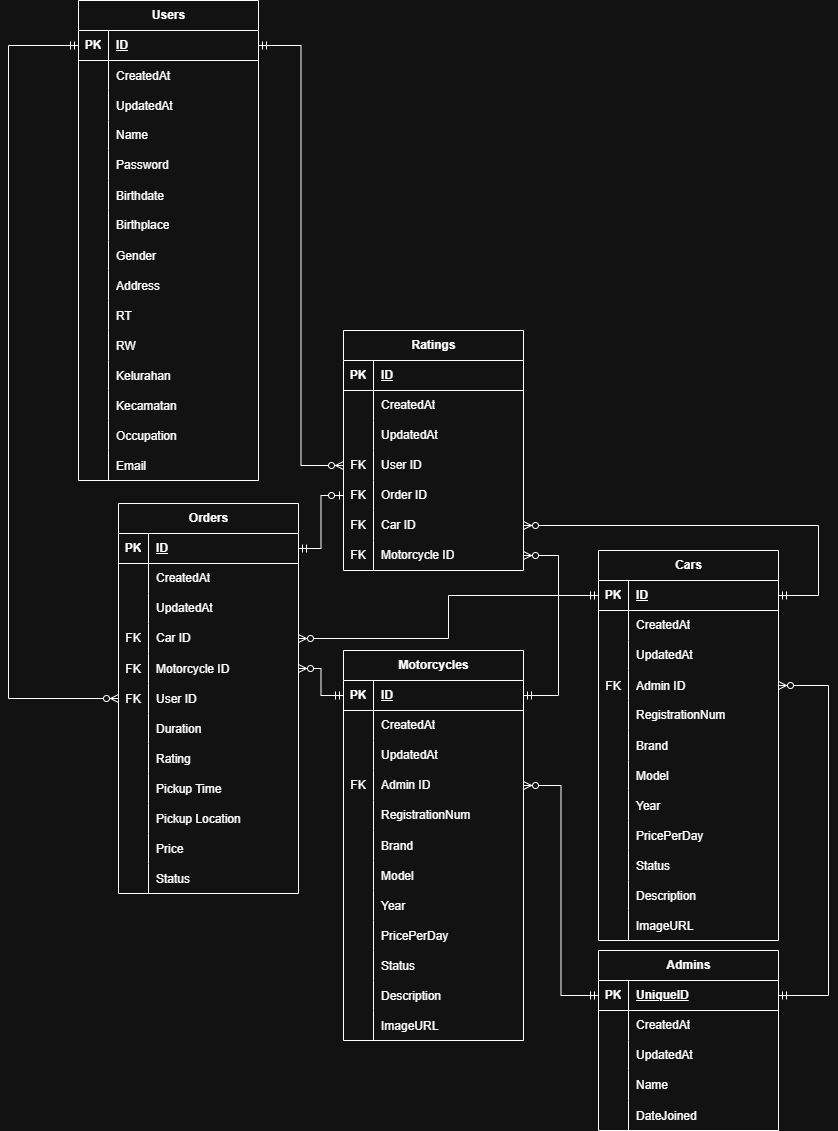
Above: Setor-Mobil-Backend-ERD.png in PeterAjaaa/setor_mobil_backend (draw.io), before the change. Source tidied: cells renumbered, new cells last; positions are measured from the earlier drawing's top-left corner, leaving out a move shared by most shapes.
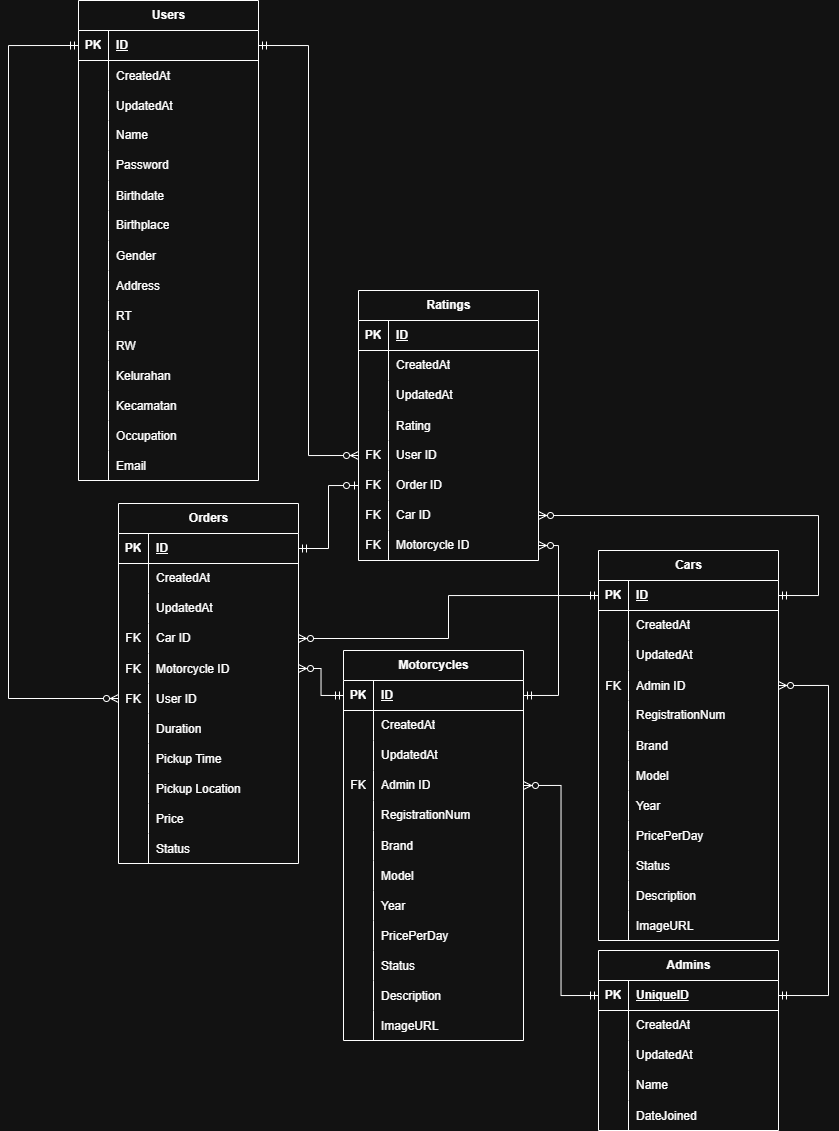
After the change.

Commit message:
Update the backend ERD, move rating from Orders table to Ratings table

Change to the diagram source:
```diff
@@ -252,7 +252,7 @@
       <mxGeometry x="30" width="150" height="30" as="geometry" />
     </mxCell>
     <mxCell id="85" value="Orders" style="shape=table;startSize=30;rowLines=0;fontStyle=1;align=center;html=1;rounded=0;labelBackgroundColor=none;" parent="1" vertex="1">
-      <mxGeometry x="110" y="503" width="180" height="390" as="geometry" />
+      <mxGeometry x="110" y="503" width="180" height="360" as="geometry" />
     </mxCell>
     <mxCell id="86" style="shape=tableRow;horizontal=0;startSize=0;swimlaneHead=0;swimlaneBody=0;fillColor=none;points=[[0,0.5],[1,0.5]];portConstraint=eastwest;top=0;left=0;right=0;bottom=1;rounded=0;labelBackgroundColor=none;" parent="85" vertex="1">
       <mxGeometry y="30" width="180" height="30" as="geometry" />
@@ -317,17 +317,8 @@
     <mxCell id="106" value="Duration" style="shape=partialRectangle;fillColor=none;top=0;left=0;bottom=0;right=0;align=left;spacingLeft=6;overflow=hidden;rounded=0;labelBackgroundColor=none;" parent="104" vertex="1">
       <mxGeometry x="30" width="150" height="30" as="geometry" />
     </mxCell>
-    <mxCell id="107" style="shape=tableRow;horizontal=0;startSize=0;swimlaneHead=0;swimlaneBody=0;fillColor=none;top=0;left=0;right=0;bottom=0;rounded=0;labelBackgroundColor=none;" parent="85" vertex="1">
-      <mxGeometry y="240" width="180" height="30" as="geometry" />
-    </mxCell>
-    <mxCell id="108" style="shape=partialRectangle;fillColor=none;top=0;left=0;bottom=0;right=0;overflow=hidden;rounded=0;labelBackgroundColor=none;" parent="107" vertex="1">
-      <mxGeometry width="30" height="30" as="geometry" />
-    </mxCell>
-    <mxCell id="109" value="Rating" style="shape=partialRectangle;fillColor=none;top=0;left=0;bottom=0;right=0;align=left;spacingLeft=6;overflow=hidden;rounded=0;labelBackgroundColor=none;" parent="107" vertex="1">
-      <mxGeometry x="30" width="150" height="30" as="geometry" />
-    </mxCell>
     <mxCell id="110" style="shape=tableRow;horizontal=0;startSize=0;swimlaneHead=0;swimlaneBody=0;fillColor=none;top=0;left=0;right=0;bottom=0;" parent="85" vertex="1">
-      <mxGeometry y="270" width="180" height="30" as="geometry" />
+      <mxGeometry y="240" width="180" height="30" as="geometry" />
     </mxCell>
     <mxCell id="111" style="shape=partialRectangle;fillColor=none;top=0;left=0;bottom=0;right=0;overflow=hidden;" parent="110" vertex="1">
       <mxGeometry width="30" height="30" as="geometry" />
@@ -336,7 +327,7 @@
       <mxGeometry x="30" width="150" height="30" as="geometry" />
     </mxCell>
     <mxCell id="113" style="shape=tableRow;horizontal=0;startSize=0;swimlaneHead=0;swimlaneBody=0;fillColor=none;top=0;left=0;right=0;bottom=0;" parent="85" vertex="1">
-      <mxGeometry y="300" width="180" height="30" as="geometry" />
+      <mxGeometry y="270" width="180" height="30" as="geometry" />
     </mxCell>
     <mxCell id="114" style="shape=partialRectangle;fillColor=none;top=0;left=0;bottom=0;right=0;overflow=hidden;" parent="113" vertex="1">
       <mxGeometry width="30" height="30" as="geometry" />
@@ -345,7 +336,7 @@
       <mxGeometry x="30" width="150" height="30" as="geometry" />
     </mxCell>
     <mxCell id="116" style="shape=tableRow;horizontal=0;startSize=0;swimlaneHead=0;swimlaneBody=0;fillColor=none;top=0;left=0;right=0;bottom=0;" parent="85" vertex="1">
-      <mxGeometry y="330" width="180" height="30" as="geometry" />
+      <mxGeometry y="300" width="180" height="30" as="geometry" />
     </mxCell>
     <mxCell id="117" style="shape=partialRectangle;fillColor=none;top=0;left=0;bottom=0;right=0;overflow=hidden;" parent="116" vertex="1">
       <mxGeometry width="30" height="30" as="geometry" />
@@ -354,7 +345,7 @@
       <mxGeometry x="30" width="150" height="30" as="geometry" />
     </mxCell>
     <mxCell id="119" style="shape=tableRow;horizontal=0;startSize=0;swimlaneHead=0;swimlaneBody=0;fillColor=none;top=0;left=0;right=0;bottom=0;" parent="85" vertex="1">
-      <mxGeometry y="360" width="180" height="30" as="geometry" />
+      <mxGeometry y="330" width="180" height="30" as="geometry" />
     </mxCell>
     <mxCell id="120" style="shape=partialRectangle;fillColor=none;top=0;left=0;bottom=0;right=0;overflow=hidden;" parent="119" vertex="1">
       <mxGeometry width="30" height="30" as="geometry" />
@@ -363,7 +354,7 @@
       <mxGeometry x="30" width="150" height="30" as="geometry" />
     </mxCell>
     <mxCell id="122" value="Ratings" style="shape=table;startSize=30;rowLines=0;fontStyle=1;align=center;html=1;rounded=0;labelBackgroundColor=none;" parent="1" vertex="1">
-      <mxGeometry x="335" y="330" width="180" height="240" as="geometry" />
+      <mxGeometry x="350" y="290" width="180" height="270" as="geometry" />
     </mxCell>
     <mxCell id="123" style="shape=tableRow;horizontal=0;startSize=0;swimlaneHead=0;swimlaneBody=0;fillColor=none;top=0;left=0;right=0;bottom=1;rounded=0;labelBackgroundColor=none;" parent="122" vertex="1">
       <mxGeometry y="30" width="180" height="30" as="geometry" />
@@ -392,8 +383,17 @@
     <mxCell id="131" value="UpdatedAt" style="shape=partialRectangle;fillColor=none;top=0;left=0;bottom=0;right=0;align=left;spacingLeft=6;overflow=hidden;whiteSpace=wrap;html=1;rounded=0;labelBackgroundColor=none;" parent="129" vertex="1">
       <mxGeometry x="30" width="150" height="30" as="geometry" />
     </mxCell>
+    <mxCell id="206" style="shape=tableRow;horizontal=0;startSize=0;swimlaneHead=0;swimlaneBody=0;fillColor=none;top=0;left=0;right=0;bottom=0;" parent="122" vertex="1">
+      <mxGeometry y="120" width="180" height="30" as="geometry" />
+    </mxCell>
+    <mxCell id="207" style="shape=partialRectangle;fillColor=none;top=0;left=0;bottom=0;right=0;overflow=hidden;" parent="206" vertex="1">
+      <mxGeometry width="30" height="30" as="geometry" />
+    </mxCell>
+    <mxCell id="109" value="Rating" style="shape=partialRectangle;fillColor=none;top=0;left=0;bottom=0;right=0;align=left;spacingLeft=6;overflow=hidden;" parent="206" vertex="1">
+      <mxGeometry x="30" width="150" height="30" as="geometry" />
+    </mxCell>
     <mxCell id="132" style="shape=tableRow;horizontal=0;startSize=0;swimlaneHead=0;swimlaneBody=0;fillColor=none;points=[[0,0.5],[1,0.5]];portConstraint=eastwest;top=0;left=0;right=0;bottom=0;rounded=0;labelBackgroundColor=none;" parent="122" vertex="1">
-      <mxGeometry y="120" width="180" height="30" as="geometry" />
+      <mxGeometry y="150" width="180" height="30" as="geometry" />
     </mxCell>
     <mxCell id="133" value="FK" style="shape=partialRectangle;fillColor=none;top=0;left=0;bottom=0;right=0;fontStyle=0;overflow=hidden;whiteSpace=wrap;html=1;rounded=0;labelBackgroundColor=none;" parent="132" vertex="1">
       <mxGeometry width="30" height="30" as="geometry" />
@@ -402,7 +402,7 @@
       <mxGeometry x="30" width="150" height="30" as="geometry" />
     </mxCell>
     <mxCell id="135" style="shape=tableRow;horizontal=0;startSize=0;swimlaneHead=0;swimlaneBody=0;fillColor=none;points=[[0,0.5],[1,0.5]];portConstraint=eastwest;top=0;left=0;right=0;bottom=0;rounded=0;labelBackgroundColor=none;" parent="122" vertex="1">
-      <mxGeometry y="150" width="180" height="30" as="geometry" />
+      <mxGeometry y="180" width="180" height="30" as="geometry" />
     </mxCell>
     <mxCell id="136" value="FK" style="shape=partialRectangle;fillColor=none;top=0;left=0;bottom=0;right=0;overflow=hidden;whiteSpace=wrap;html=1;rounded=0;labelBackgroundColor=none;" parent="135" vertex="1">
       <mxGeometry width="30" height="30" as="geometry" />
@@ -411,7 +411,7 @@
       <mxGeometry x="30" width="150" height="30" as="geometry" />
     </mxCell>
     <mxCell id="138" style="shape=tableRow;horizontal=0;startSize=0;swimlaneHead=0;swimlaneBody=0;fillColor=none;points=[[0,0.5],[1,0.5]];portConstraint=eastwest;top=0;left=0;right=0;bottom=0;rounded=0;labelBackgroundColor=none;" parent="122" vertex="1">
-      <mxGeometry y="180" width="180" height="30" as="geometry" />
+      <mxGeometry y="210" width="180" height="30" as="geometry" />
     </mxCell>
     <mxCell id="139" value="FK" style="shape=partialRectangle;fillColor=none;top=0;left=0;bottom=0;right=0;fontStyle=0;overflow=hidden;whiteSpace=wrap;html=1;rounded=0;labelBackgroundColor=none;" parent="138" vertex="1">
       <mxGeometry width="30" height="30" as="geometry" />
@@ -420,7 +420,7 @@
       <mxGeometry x="30" width="150" height="30" as="geometry" />
     </mxCell>
     <mxCell id="141" style="shape=tableRow;horizontal=0;startSize=0;swimlaneHead=0;swimlaneBody=0;fillColor=none;points=[[0,0.5],[1,0.5]];portConstraint=eastwest;top=0;left=0;right=0;bottom=0;rounded=0;labelBackgroundColor=none;" parent="122" vertex="1">
-      <mxGeometry y="210" width="180" height="30" as="geometry" />
+      <mxGeometry y="240" width="180" height="30" as="geometry" />
     </mxCell>
     <mxCell id="142" value="FK" style="shape=partialRectangle;fillColor=none;top=0;left=0;bottom=0;right=0;fontStyle=0;overflow=hidden;whiteSpace=wrap;html=1;rounded=0;labelBackgroundColor=none;" parent="141" vertex="1">
       <mxGeometry width="30" height="30" as="geometry" />
@@ -619,15 +619,15 @@
       <mxGeometry relative="1" as="geometry">
         <Array as="points">
           <mxPoint x="550" y="695" />
-          <mxPoint x="550" y="555" />
+          <mxPoint x="550" y="545" />
         </Array>
       </mxGeometry>
     </mxCell>
-    <mxCell id="204" style="edgeStyle=orthogonalEdgeStyle;fontSize=12;html=1;endArrow=ERzeroToMany;startArrow=ERmandOne;rounded=0;entryX=1;entryY=0.5;entryDx=0;entryDy=0;exitX=1;exitY=0.5;exitDx=0;exitDy=0;" parent="1" edge="1" source="49" target="138">
+    <mxCell id="204" style="edgeStyle=orthogonalEdgeStyle;fontSize=12;html=1;endArrow=ERzeroToMany;startArrow=ERmandOne;rounded=0;exitX=1;exitY=0.5;exitDx=0;exitDy=0;entryX=1;entryY=0.5;entryDx=0;entryDy=0;" parent="1" edge="1" source="49" target="138">
       <mxGeometry relative="1" as="geometry">
         <Array as="points">
           <mxPoint x="810" y="595" />
-          <mxPoint x="810" y="525" />
+          <mxPoint x="810" y="515" />
         </Array>
       </mxGeometry>
     </mxCell>
```
